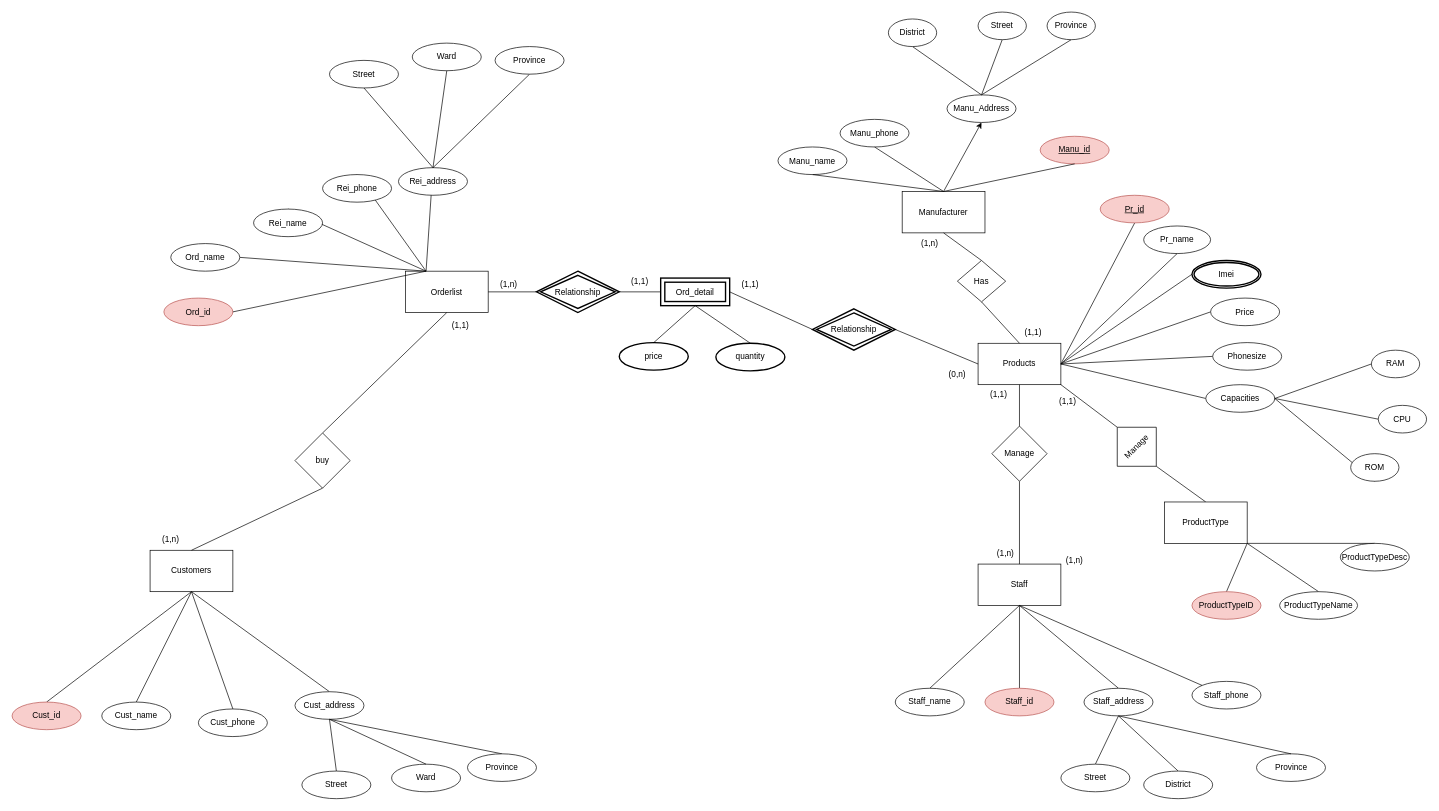
This is ERD Phone.drawio from khanh8603/khanh8603, a draw.io file, before an edit. Source tidied: cells renumbered, new cells numbered last; positions are measured from the earlier drawing's top-left corner, leaving out a move shared by most shapes. Both pictures are drawn from the tidied source at 69%, with x=0, y=0 at pixel (12, 12).
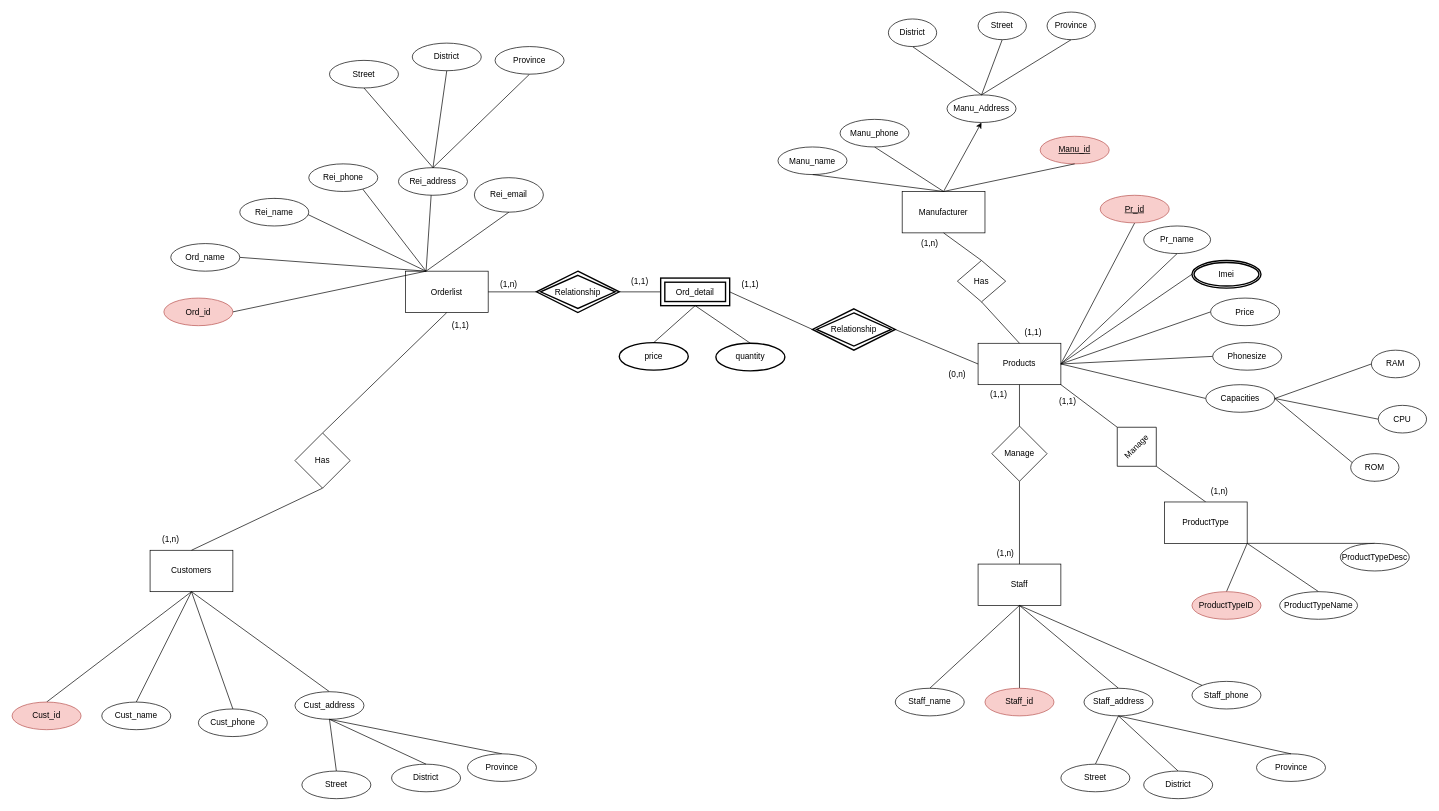
The same page after the edit.

Commit message:
Cập nhật ERD Phone.drawio

Unchanged cells that the change refers to:
```xml
<mxCell id="41" value="Orderlist" style="rounded=0;whiteSpace=wrap;html=1;strokeColor=#000000;fillColor=default;" parent="1" vertex="1">
  <mxGeometry x="570" y="375.5" width="120" height="60" as="geometry" />
</mxCell>
```

What changed in the source:
```diff
@@
     <mxCell id="44" value="Rei_name" style="ellipse;whiteSpace=wrap;html=1;align=center;strokeColor=#000000;fillColor=default;" parent="1" vertex="1">
-      <mxGeometry x="350" y="285.5" width="100" height="40" as="geometry" />
+      <mxGeometry x="330" y="270" width="100" height="40" as="geometry" />
     </mxCell>
@@
     <mxCell id="46" value="Rei_phone" style="ellipse;whiteSpace=wrap;html=1;align=center;strokeColor=#000000;fillColor=default;" parent="1" vertex="1">
-      <mxGeometry x="450" y="235.5" width="100" height="40" as="geometry" />
+      <mxGeometry x="430" y="220" width="100" height="40" as="geometry" />
     </mxCell>
@@
-    <mxCell id="63" value="Ward" style="ellipse;whiteSpace=wrap;html=1;align=center;strokeColor=#000000;fillColor=default;direction=east;flipV=1;" parent="1" vertex="1">
+    <mxCell id="63" value="District" style="ellipse;whiteSpace=wrap;html=1;align=center;strokeColor=#000000;fillColor=default;direction=east;flipV=1;" parent="1" vertex="1">
       <mxGeometry x="550" y="1090" width="100" height="40" as="geometry" />
     </mxCell>
@@
-    <mxCell id="68" value="buy" style="rhombus;whiteSpace=wrap;html=1;strokeColor=#000000;fillColor=default;" parent="1" vertex="1">
+    <mxCell id="68" value="Has" style="rhombus;whiteSpace=wrap;html=1;strokeColor=#000000;fillColor=default;" parent="1" vertex="1">
       <mxGeometry x="410" y="610" width="80" height="80" as="geometry" />
     </mxCell>
@@
-    <mxCell id="74" value="Ward" style="ellipse;whiteSpace=wrap;html=1;align=center;strokeColor=#000000;fillColor=default;direction=east;flipV=1;" parent="1" vertex="1">
+    <mxCell id="74" value="District" style="ellipse;whiteSpace=wrap;html=1;align=center;strokeColor=#000000;fillColor=default;direction=east;flipV=1;" parent="1" vertex="1">
       <mxGeometry x="580" y="45" width="100" height="40" as="geometry" />
     </mxCell>
@@
     <mxCell id="115" value="(1,n)" style="text;html=1;strokeColor=none;fillColor=none;align=center;verticalAlign=middle;whiteSpace=wrap;rounded=0;shadow=0;fillStyle=auto;strokeWidth=2;" parent="1" vertex="1">
-      <mxGeometry x="1510" y="780" width="60" height="30" as="geometry" />
+      <mxGeometry x="1720" y="680" width="60" height="30" as="geometry" />
     </mxCell>
@@
+    <mxCell id="125" value="Rei_email" style="ellipse;whiteSpace=wrap;html=1;align=center;strokeColor=#000000;fillColor=default;" parent="1" vertex="1">
+      <mxGeometry x="670" y="240" width="100" height="50" as="geometry" />
+    </mxCell>
+    <mxCell id="126" style="endArrow=none;html=1;rounded=0;entryX=0.5;entryY=1;entryDx=0;entryDy=0;exitX=0.25;exitY=0;exitDx=0;exitDy=0;" parent="1" edge="1" source="41" target="125">
+      <mxGeometry relative="1" as="geometry" />
+    </mxCell>
```
